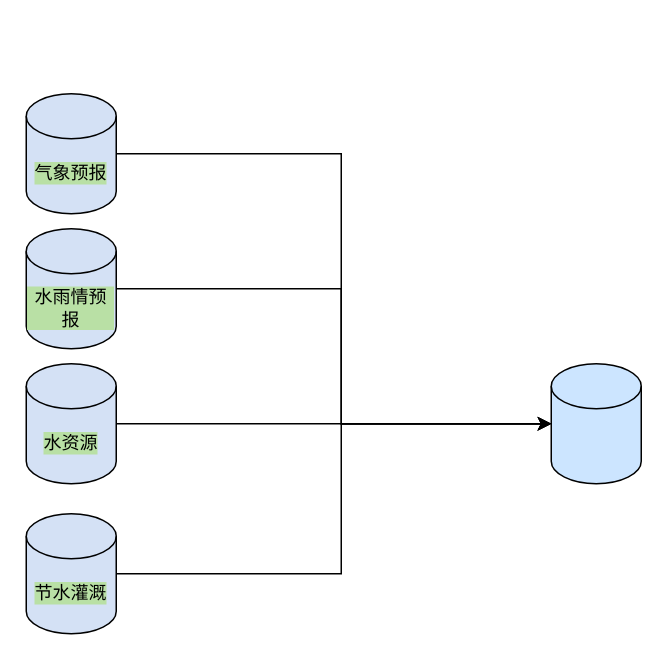
This is page "3.数据接入" (3 of 7) of doc/安吉数字化.drawio from CoderDream/java-architect-util, a draw.io file, before an edit. Source tidied: cells renumbered, new cells numbered last; positions are measured from the earlier drawing's top-left corner, leaving out a move shared by most shapes. Both pictures are drawn from the tidied source at 150%, with x=0, y=0 at pixel (26, 93).
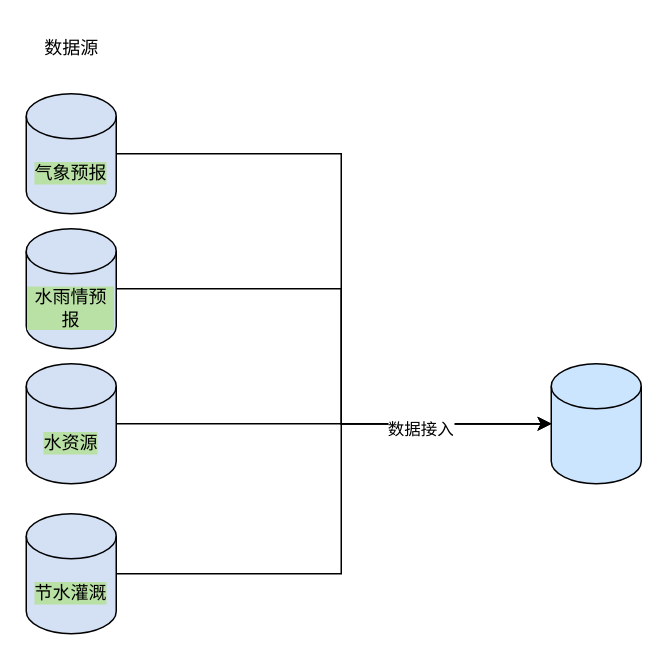
Above is the later version.

Commit message (it also covers changes not shown here):
更新安吉数字化.drawio

The edit, as a diff of the source:
```diff
@@
 <mxGraphModel>
   <root>
     <mxCell id="0" />
     <mxCell id="1" parent="0" />
     <mxCell id="2" style="edgeStyle=orthogonalEdgeStyle;rounded=0;jettySize=auto;html=1;" parent="1" edge="1" source="3">
       <mxGeometry relative="1" as="geometry">
         <mxPoint x="350" y="220" as="targetPoint" />
         <Array as="points">
           <mxPoint x="210" y="40" />
           <mxPoint x="210" y="220" />
         </Array>
       </mxGeometry>
     </mxCell>
     <mxCell id="3" value="气象预报" style="shape=cylinder3;whiteSpace=wrap;html=1;boundedLbl=1;backgroundOutline=1;size=15;labelBackgroundColor=#B9E0A5;fillColor=#D4E1F5;" parent="1" vertex="1">
       <mxGeometry width="60" height="80" as="geometry" />
     </mxCell>
     <mxCell id="4" style="shape=cylinder3;whiteSpace=wrap;html=1;boundedLbl=1;backgroundOutline=1;size=15;labelBackgroundColor=#CCE5FF;fillColor=#CCE5FF;" parent="1" vertex="1">
       <mxGeometry x="350" y="180" width="60" height="80" as="geometry" />
     </mxCell>
     <mxCell id="5" style="edgeStyle=orthogonalEdgeStyle;rounded=0;jettySize=auto;html=1;entryX=0;entryY=0.5;entryDx=0;entryDy=0;entryPerimeter=0;" parent="1" edge="1" source="6" target="4">
       <mxGeometry relative="1" as="geometry">
         <Array as="points">
           <mxPoint x="210" y="130" />
           <mxPoint x="210" y="220" />
         </Array>
       </mxGeometry>
     </mxCell>
     <mxCell id="6" value="水雨情预报" style="shape=cylinder3;whiteSpace=wrap;html=1;boundedLbl=1;backgroundOutline=1;size=15;labelBackgroundColor=#B9E0A5;fillColor=#D4E1F5;" parent="1" vertex="1">
       <mxGeometry y="90" width="60" height="80" as="geometry" />
     </mxCell>
     <mxCell id="7" style="edgeStyle=orthogonalEdgeStyle;rounded=0;jettySize=auto;html=1;entryX=0;entryY=0.5;entryDx=0;entryDy=0;entryPerimeter=0;" parent="1" edge="1" source="8" target="4">
       <mxGeometry relative="1" as="geometry">
         <Array as="points">
           <mxPoint x="210" y="320" />
           <mxPoint x="210" y="220" />
         </Array>
       </mxGeometry>
     </mxCell>
     <mxCell id="8" value="节水灌溉" style="shape=cylinder3;whiteSpace=wrap;html=1;boundedLbl=1;backgroundOutline=1;size=15;labelBackgroundColor=#B9E0A5;fillColor=#D4E1F5;" parent="1" vertex="1">
       <mxGeometry y="280" width="60" height="80" as="geometry" />
     </mxCell>
     <mxCell id="9" style="edgeStyle=orthogonalEdgeStyle;rounded=0;jettySize=auto;html=1;" parent="1" edge="1" source="10" target="4">
       <mxGeometry relative="1" as="geometry" />
     </mxCell>
+    <mxCell id="11" value="数据接入" style="edgeLabel;html=1;align=center;verticalAlign=middle;" parent="9" vertex="1">
+      <mxGeometry x="0.39" y="-3" relative="1" as="geometry" />
+    </mxCell>
     <mxCell id="10" value="水资源" style="shape=cylinder3;whiteSpace=wrap;html=1;boundedLbl=1;backgroundOutline=1;size=15;labelBackgroundColor=#B9E0A5;fillColor=#D4E1F5;" parent="1" vertex="1">
       <mxGeometry y="180" width="60" height="80" as="geometry" />
     </mxCell>
+    <mxCell id="12" value="数据源" style="text;html=1;align=center;verticalAlign=middle;strokeColor=none;fillColor=none;" parent="1" vertex="1">
+      <mxGeometry y="-45" width="60" height="30" as="geometry" />
+    </mxCell>
   </root>
 </mxGraphModel>
```
